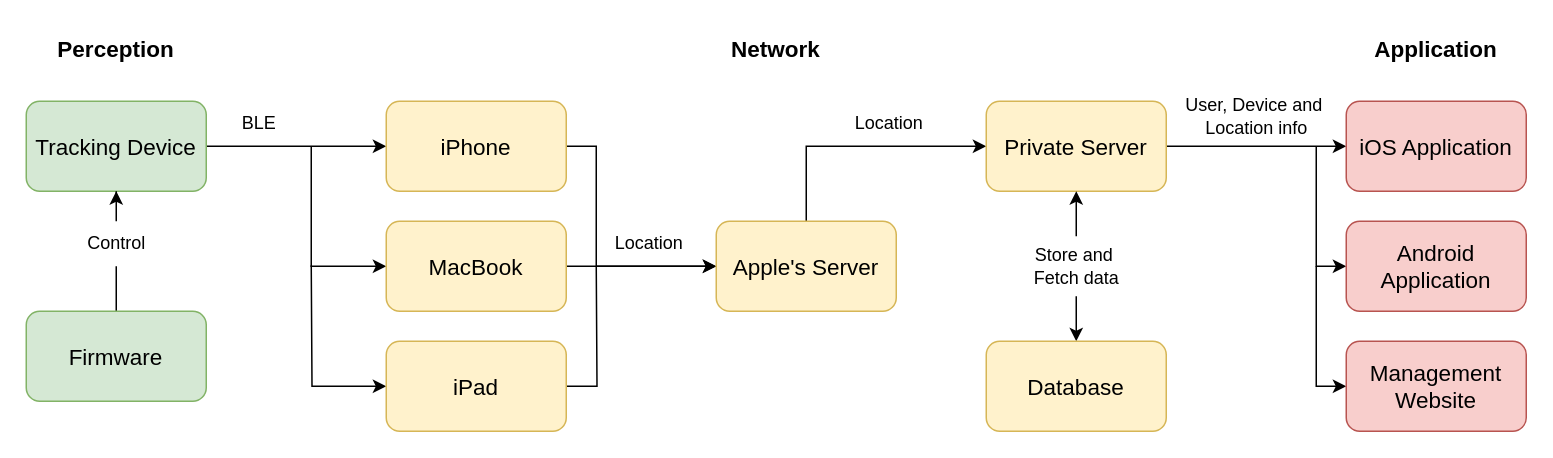
Before: Detail_System.drawio in Child-Safety-Tracker/Diagrams, a draw.io diagram. Source tidied: cells renumbered, new cells numbered last; positions are measured from the earlier drawing's top-left corner, leaving out a move shared by most shapes. Both pictures are drawn from the tidied source at 150%, with x=0, y=0 at pixel (26, 26).
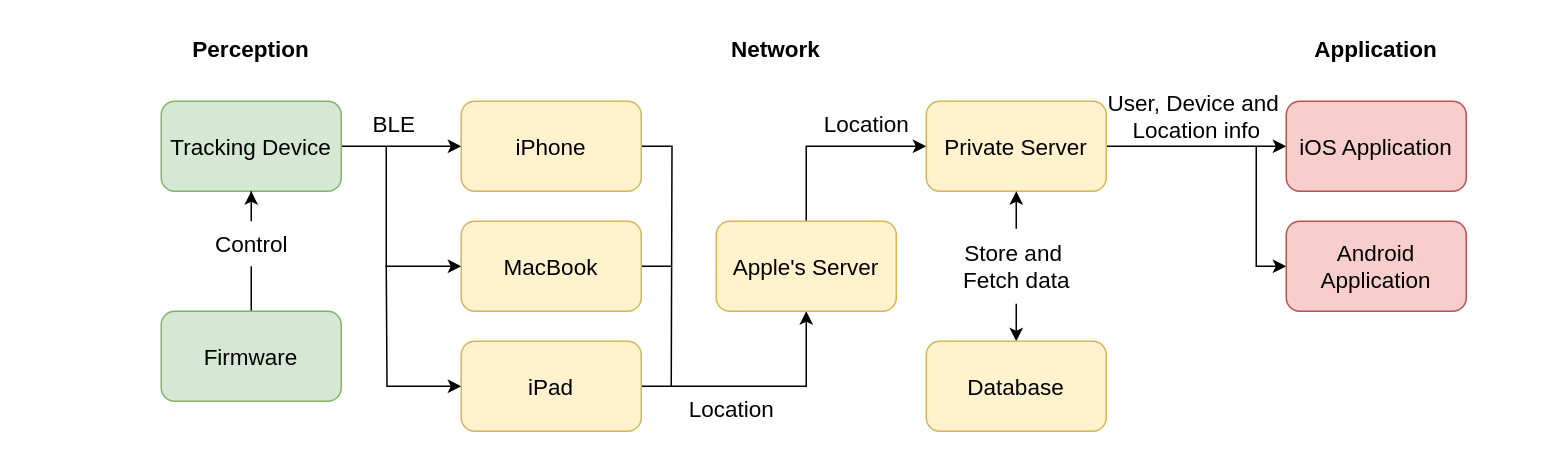
Above is the later version.

Unchanged cells that the change refers to:
```xml
<mxCell id="14" value="Apple's Server" style="rounded=1;whiteSpace=wrap;html=1;fillColor=#fff2cc;strokeColor=#d6b656;fontSize=15;" parent="1" vertex="1">
  <mxGeometry x="460" y="130" width="120" height="60" as="geometry" />
</mxCell>
```

Diff of the diagram source:
```diff
@@
-    <mxCell id="2" style="edgeStyle=orthogonalEdgeStyle;rounded=0;jettySize=auto;html=1;startArrow=none;startFill=0;endArrow=none;endFill=0;" parent="1" edge="1" source="29" target="27">
+    <mxCell id="2" style="edgeStyle=orthogonalEdgeStyle;rounded=0;jettySize=auto;html=1;startArrow=none;startFill=0;endArrow=none;endFill=0;fontSize=15;" parent="1" edge="1" source="29" target="27">
       <mxGeometry relative="1" as="geometry" />
     </mxCell>
-    <mxCell id="3" style="edgeStyle=orthogonalEdgeStyle;rounded=0;jettySize=auto;html=1;entryX=0;entryY=0.5;entryDx=0;entryDy=0;" parent="1" edge="1" source="4" target="6">
+    <mxCell id="3" style="edgeStyle=orthogonalEdgeStyle;rounded=0;jettySize=auto;html=1;entryX=0;entryY=0.5;entryDx=0;entryDy=0;fontSize=15;" parent="1" edge="1" source="4" target="6">
       <mxGeometry relative="1" as="geometry">
         <Array as="points">
-          <mxPoint x="160" y="80" />
-          <mxPoint x="160" y="80" />
+          <mxPoint x="210" y="80" />
+          <mxPoint x="210" y="80" />
         </Array>
       </mxGeometry>
     </mxCell>
     <mxCell id="4" value="Tracking Device" style="rounded=1;whiteSpace=wrap;html=1;fillColor=#d5e8d4;strokeColor=#82b366;fontSize=15;" parent="1" vertex="1">
-      <mxGeometry y="50" width="120" height="60" as="geometry" />
+      <mxGeometry x="90" y="50" width="120" height="60" as="geometry" />
     </mxCell>
-    <mxCell id="5" style="edgeStyle=orthogonalEdgeStyle;rounded=0;jettySize=auto;html=1;entryX=0;entryY=0.5;entryDx=0;entryDy=0;" parent="1" edge="1" source="6" target="14">
-      <mxGeometry relative="1" as="geometry">
-        <Array as="points">
-          <mxPoint x="380" y="80" />
-          <mxPoint x="380" y="160" />
-        </Array>
-      </mxGeometry>
-    </mxCell>
+    <mxCell id="36" style="edgeStyle=orthogonalEdgeStyle;rounded=0;jettySize=auto;html=1;endArrow=none;startFill=0;" parent="1" edge="1" source="6">
+      <mxGeometry relative="1" as="geometry">
+        <mxPoint x="430" y="240.2" as="targetPoint" />
+      </mxGeometry>
+    </mxCell>
     <mxCell id="6" value="iPhone" style="rounded=1;whiteSpace=wrap;html=1;fillColor=#fff2cc;strokeColor=#d6b656;fontSize=15;" parent="1" vertex="1">
-      <mxGeometry x="240" y="50" width="120" height="60" as="geometry" />
+      <mxGeometry x="290" y="50" width="120" height="60" as="geometry" />
     </mxCell>
-    <mxCell id="7" style="edgeStyle=orthogonalEdgeStyle;rounded=0;jettySize=auto;html=1;" parent="1" edge="1" source="9" target="14">
-      <mxGeometry relative="1" as="geometry" />
-    </mxCell>
-    <mxCell id="8" style="edgeStyle=orthogonalEdgeStyle;rounded=0;jettySize=auto;html=1;startArrow=classic;startFill=1;endArrow=none;endFill=0;" parent="1" edge="1" source="9">
+    <mxCell id="8" style="edgeStyle=orthogonalEdgeStyle;rounded=0;jettySize=auto;html=1;startArrow=classic;startFill=1;endArrow=none;endFill=0;fontSize=15;" parent="1" edge="1" source="9">
       <mxGeometry relative="1" as="geometry">
-        <mxPoint x="190" y="80" as="targetPoint" />
+        <mxPoint x="240" y="80" as="targetPoint" />
         <Array as="points">
-          <mxPoint x="190" y="160" />
+          <mxPoint x="240" y="160" />
         </Array>
       </mxGeometry>
     </mxCell>
+    <mxCell id="37" style="edgeStyle=orthogonalEdgeStyle;rounded=0;jettySize=auto;html=1;endArrow=none;startFill=0;" parent="1" edge="1" source="9">
+      <mxGeometry relative="1" as="geometry">
+        <mxPoint x="430" y="160" as="targetPoint" />
+      </mxGeometry>
+    </mxCell>
     <mxCell id="9" value="MacBook" style="rounded=1;whiteSpace=wrap;html=1;fillColor=#fff2cc;strokeColor=#d6b656;fontSize=15;" parent="1" vertex="1">
-      <mxGeometry x="240" y="130" width="120" height="60" as="geometry" />
+      <mxGeometry x="290" y="130" width="120" height="60" as="geometry" />
     </mxCell>
-    <mxCell id="10" style="edgeStyle=orthogonalEdgeStyle;rounded=0;jettySize=auto;html=1;endArrow=none;endFill=0;startArrow=classic;startFill=1;" parent="1" edge="1" source="12">
+    <mxCell id="10" style="edgeStyle=orthogonalEdgeStyle;rounded=0;jettySize=auto;html=1;endArrow=none;endFill=0;startArrow=classic;startFill=1;fontSize=15;" parent="1" edge="1" source="12">
       <mxGeometry relative="1" as="geometry">
-        <mxPoint x="190" y="159.4" as="targetPoint" />
+        <mxPoint x="240" y="159.4" as="targetPoint" />
       </mxGeometry>
     </mxCell>
-    <mxCell id="11" style="edgeStyle=orthogonalEdgeStyle;rounded=0;jettySize=auto;html=1;endArrow=none;endFill=0;" parent="1" edge="1" source="12">
-      <mxGeometry relative="1" as="geometry">
-        <mxPoint x="380" y="160" as="targetPoint" />
-      </mxGeometry>
-    </mxCell>
+    <mxCell id="38" style="edgeStyle=orthogonalEdgeStyle;rounded=0;jettySize=auto;html=1;entryX=0.5;entryY=1;entryDx=0;entryDy=0;" parent="1" edge="1" source="12" target="14">
+      <mxGeometry relative="1" as="geometry" />
+    </mxCell>
     <mxCell id="12" value="iPad" style="rounded=1;whiteSpace=wrap;html=1;fillColor=#fff2cc;strokeColor=#d6b656;fontSize=15;" parent="1" vertex="1">
-      <mxGeometry x="240" y="210" width="120" height="60" as="geometry" />
+      <mxGeometry x="290" y="210" width="120" height="60" as="geometry" />
     </mxCell>
-    <mxCell id="13" style="edgeStyle=orthogonalEdgeStyle;rounded=0;jettySize=auto;html=1;entryX=0;entryY=0.5;entryDx=0;entryDy=0;" parent="1" edge="1" source="14" target="17">
+    <mxCell id="13" style="edgeStyle=orthogonalEdgeStyle;rounded=0;jettySize=auto;html=1;entryX=0;entryY=0.5;entryDx=0;entryDy=0;fontSize=15;" parent="1" edge="1" source="14" target="17">
       <mxGeometry relative="1" as="geometry">
         <Array as="points">
           <mxPoint x="520" y="80" />
         </Array>
       </mxGeometry>
     </mxCell>
@@
-    <mxCell id="16" style="edgeStyle=orthogonalEdgeStyle;rounded=0;jettySize=auto;html=1;entryX=0;entryY=0.5;entryDx=0;entryDy=0;" parent="1" edge="1" source="17" target="19">
+    <mxCell id="16" style="edgeStyle=orthogonalEdgeStyle;rounded=0;jettySize=auto;html=1;entryX=0;entryY=0.5;entryDx=0;entryDy=0;fontSize=15;" parent="1" edge="1" source="17" target="19">
       <mxGeometry relative="1" as="geometry" />
     </mxCell>
     <mxCell id="17" value="Private Server" style="rounded=1;whiteSpace=wrap;html=1;fillColor=#fff2cc;strokeColor=#d6b656;fontSize=15;" parent="1" vertex="1">
-      <mxGeometry x="640" y="50" width="120" height="60" as="geometry" />
+      <mxGeometry x="600" y="50" width="120" height="60" as="geometry" />
     </mxCell>
     <mxCell id="18" value="Database" style="rounded=1;whiteSpace=wrap;html=1;fillColor=#fff2cc;strokeColor=#d6b656;fontSize=15;" parent="1" vertex="1">
-      <mxGeometry x="640" y="210" width="120" height="60" as="geometry" />
+      <mxGeometry x="600" y="210" width="120" height="60" as="geometry" />
     </mxCell>
     <mxCell id="19" value="iOS Application" style="rounded=1;whiteSpace=wrap;html=1;fillColor=#f8cecc;strokeColor=#b85450;fontSize=15;" parent="1" vertex="1">
-      <mxGeometry x="880" y="50" width="120" height="60" as="geometry" />
+      <mxGeometry x="840" y="50" width="120" height="60" as="geometry" />
     </mxCell>
-    <mxCell id="20" style="edgeStyle=orthogonalEdgeStyle;rounded=0;jettySize=auto;html=1;endArrow=none;endFill=0;startArrow=classic;startFill=1;" parent="1" edge="1" source="21">
+    <mxCell id="20" style="edgeStyle=orthogonalEdgeStyle;rounded=0;jettySize=auto;html=1;endArrow=none;endFill=0;startArrow=classic;startFill=1;fontSize=15;" parent="1" edge="1" source="21">
       <mxGeometry relative="1" as="geometry">
-        <mxPoint x="860" y="80" as="targetPoint" />
+        <mxPoint x="820" y="80" as="targetPoint" />
       </mxGeometry>
     </mxCell>
     <mxCell id="21" value="Android Application" style="rounded=1;whiteSpace=wrap;html=1;fillColor=#f8cecc;strokeColor=#b85450;fontSize=15;" parent="1" vertex="1">
-      <mxGeometry x="880" y="130" width="120" height="60" as="geometry" />
+      <mxGeometry x="840" y="130" width="120" height="60" as="geometry" />
     </mxCell>
-    <mxCell id="22" style="edgeStyle=orthogonalEdgeStyle;rounded=0;jettySize=auto;html=1;endArrow=none;endFill=0;startArrow=classic;startFill=1;" parent="1" edge="1" source="23">
-      <mxGeometry relative="1" as="geometry">
-        <mxPoint x="860" y="160" as="targetPoint" />
-      </mxGeometry>
-    </mxCell>
-    <mxCell id="23" value="Management&lt;div&gt;Website&lt;/div&gt;" style="rounded=1;whiteSpace=wrap;html=1;fillColor=#f8cecc;strokeColor=#b85450;fontSize=15;" parent="1" vertex="1">
-      <mxGeometry x="880" y="210" width="120" height="60" as="geometry" />
-    </mxCell>
     <mxCell id="24" value="Perception" style="text;html=1;align=center;verticalAlign=middle;whiteSpace=wrap;rounded=0;fontSize=15;fontStyle=1;" parent="1" vertex="1">
-      <mxGeometry x="5" width="110" height="30" as="geometry" />
+      <mxGeometry x="95" width="110" height="30" as="geometry" />
     </mxCell>
@@
     <mxCell id="26" value="Application" style="text;html=1;align=center;verticalAlign=middle;whiteSpace=wrap;rounded=0;fontSize=15;fontStyle=1;" parent="1" vertex="1">
-      <mxGeometry x="895" width="90" height="30" as="geometry" />
+      <mxGeometry x="855" width="90" height="30" as="geometry" />
     </mxCell>
     <mxCell id="27" value="Firmware" style="rounded=1;whiteSpace=wrap;html=1;fillColor=#d5e8d4;strokeColor=#82b366;fontSize=15;" parent="1" vertex="1">
-      <mxGeometry y="190" width="120" height="60" as="geometry" />
+      <mxGeometry x="90" y="190" width="120" height="60" as="geometry" />
     </mxCell>
-    <mxCell id="28" style="edgeStyle=orthogonalEdgeStyle;rounded=0;jettySize=auto;html=1;startArrow=classic;startFill=1;endArrow=none;endFill=0;" parent="1" edge="1" source="4" target="29">
+    <mxCell id="28" style="edgeStyle=orthogonalEdgeStyle;rounded=0;jettySize=auto;html=1;startArrow=classic;startFill=1;endArrow=none;endFill=0;fontSize=15;" parent="1" edge="1" source="4" target="29">
       <mxGeometry relative="1" as="geometry" />
     </mxCell>
-    <mxCell id="29" value="Control" style="text;html=1;align=center;verticalAlign=middle;points=[];strokeColor=none;fillColor=none;" parent="1" vertex="1">
-      <mxGeometry x="30" y="130" width="60" height="30" as="geometry" />
+    <mxCell id="29" value="Control" style="text;html=1;align=center;verticalAlign=middle;points=[];strokeColor=none;fillColor=none;fontSize=15;" parent="1" vertex="1">
+      <mxGeometry x="115" y="130" width="70" height="30" as="geometry" />
     </mxCell>
-    <mxCell id="30" value="BLE" style="text;html=1;align=center;verticalAlign=middle;strokeColor=none;fillColor=none;" parent="1" vertex="1">
-      <mxGeometry x="130" y="50" width="50" height="30" as="geometry" />
+    <mxCell id="30" value="BLE" style="text;html=1;align=center;verticalAlign=middle;strokeColor=none;fillColor=none;fontSize=15;" parent="1" vertex="1">
+      <mxGeometry x="220" y="50" width="50" height="30" as="geometry" />
     </mxCell>
-    <mxCell id="31" value="Location" style="text;html=1;align=center;verticalAlign=middle;strokeColor=none;fillColor=none;" parent="1" vertex="1">
-      <mxGeometry x="380" y="130" width="70" height="30" as="geometry" />
+    <mxCell id="31" value="Location" style="text;html=1;align=center;verticalAlign=middle;strokeColor=none;fillColor=none;fontSize=15;" parent="1" vertex="1">
+      <mxGeometry x="430" y="240" width="80" height="30" as="geometry" />
     </mxCell>
-    <mxCell id="32" value="Location" style="text;html=1;align=center;verticalAlign=middle;strokeColor=none;fillColor=none;" parent="1" vertex="1">
-      <mxGeometry x="540" y="50" width="70" height="30" as="geometry" />
+    <mxCell id="32" value="Location" style="text;html=1;align=center;verticalAlign=middle;strokeColor=none;fillColor=none;fontSize=15;" parent="1" vertex="1">
+      <mxGeometry x="520" y="50" width="80" height="30" as="geometry" />
     </mxCell>
-    <mxCell id="33" value="User, Device and&amp;nbsp;&lt;div&gt;Location info&lt;/div&gt;" style="text;html=1;align=center;verticalAlign=middle;strokeColor=none;fillColor=none;" parent="1" vertex="1">
-      <mxGeometry x="760" y="40" width="120" height="40" as="geometry" />
+    <mxCell id="33" value="User, Device and&amp;nbsp;&lt;div&gt;Location info&lt;/div&gt;" style="text;html=1;align=center;verticalAlign=middle;strokeColor=none;fillColor=none;fontSize=15;" parent="1" vertex="1">
+      <mxGeometry x="710" y="35" width="140" height="50" as="geometry" />
     </mxCell>
@@
-    <mxCell id="35" value="Store and&amp;nbsp;&lt;div&gt;Fetch data&lt;/div&gt;" style="text;html=1;align=center;verticalAlign=middle;points=[];strokeColor=none;fillColor=none;" parent="1" vertex="1">
-      <mxGeometry x="660" y="140" width="80" height="40" as="geometry" />
+    <mxCell id="35" value="Store and&amp;nbsp;&lt;div&gt;Fetch data&lt;/div&gt;" style="text;html=1;align=center;verticalAlign=middle;points=[];strokeColor=none;fillColor=none;fontSize=15;" parent="1" vertex="1">
+      <mxGeometry x="615" y="135" width="90" height="50" as="geometry" />
     </mxCell>
```
